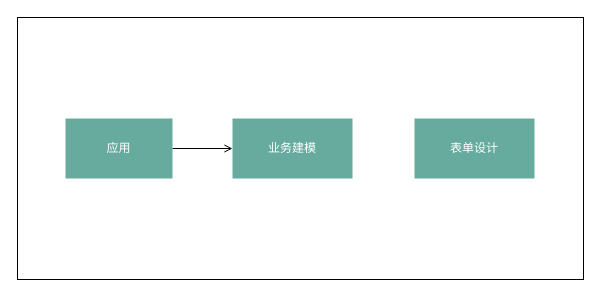
Above: docs/LCDP.drawio in lokiworks/codebase (draw.io), before the change. Source tidied: cells renumbered, new cells numbered last; positions are measured from the earlier drawing's top-left corner, leaving out a move shared by most shapes. Both pictures are drawn from the tidied source at 100%, with x=0, y=0 at pixel (17, 17).
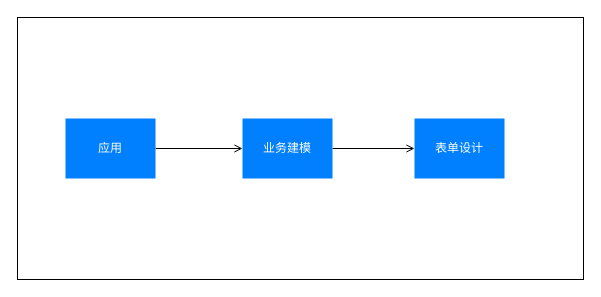
After the change.

Change to the diagram source:
```diff
@@
 <mxGraphModel>
   <root>
     <mxCell id="0" />
     <mxCell id="1" parent="0" />
     <mxCell id="2" style="rounded=0;whiteSpace=wrap;html=1;fontColor=#FFFFFF;fillColor=#FFFFFF;" parent="1" vertex="1">
       <mxGeometry width="566" height="262" as="geometry" />
     </mxCell>
+    <mxCell id="7" style="edgeStyle=orthogonalEdgeStyle;rounded=0;jettySize=auto;html=1;exitX=1;exitY=0.5;exitDx=0;exitDy=0;fontColor=#FFFFFF;endArrow=open;endFill=0;" parent="1" edge="1" source="3" target="6">
+      <mxGeometry relative="1" as="geometry" />
+    </mxCell>
-    <mxCell id="3" value="&lt;font color=&quot;#ffffff&quot;&gt;业务建模&lt;/font&gt;" style="rounded=0;whiteSpace=wrap;html=1;fillColor=#67AB9F;strokeColor=none;" parent="1" vertex="1">
-      <mxGeometry x="215" y="101" width="120" height="60" as="geometry" />
+    <mxCell id="3" value="&lt;font color=&quot;#ffffff&quot;&gt;业务建模&lt;/font&gt;" style="rounded=0;whiteSpace=wrap;html=1;fillColor=#007FFF;strokeColor=none;" parent="1" vertex="1">
+      <mxGeometry x="225" y="101" width="90" height="60" as="geometry" />
     </mxCell>
     <mxCell id="4" style="edgeStyle=orthogonalEdgeStyle;rounded=0;jettySize=auto;html=1;exitX=1;exitY=0.5;exitDx=0;exitDy=0;fontColor=#FFFFFF;endArrow=open;endFill=0;" parent="1" edge="1" source="5" target="3">
       <mxGeometry relative="1" as="geometry" />
     </mxCell>
-    <mxCell id="5" value="&lt;font color=&quot;#ffffff&quot;&gt;应用&lt;/font&gt;" style="rounded=0;whiteSpace=wrap;html=1;fillColor=#67AB9F;strokeColor=none;" parent="1" vertex="1">
-      <mxGeometry x="48" y="101" width="107" height="60" as="geometry" />
+    <mxCell id="5" value="&lt;font color=&quot;#ffffff&quot;&gt;应用&lt;/font&gt;" style="rounded=0;whiteSpace=wrap;html=1;fillColor=#007FFF;strokeColor=none;" parent="1" vertex="1">
+      <mxGeometry x="48" y="101" width="90" height="60" as="geometry" />
     </mxCell>
-    <mxCell id="6" value="&lt;font color=&quot;#ffffff&quot;&gt;表单设计&lt;/font&gt;" style="rounded=0;whiteSpace=wrap;html=1;fillColor=#67AB9F;strokeColor=none;" parent="1" vertex="1">
-      <mxGeometry x="397" y="101" width="120" height="60" as="geometry" />
+    <mxCell id="6" value="&lt;font color=&quot;#ffffff&quot;&gt;表单设计&lt;/font&gt;" style="rounded=0;whiteSpace=wrap;html=1;fillColor=#007FFF;strokeColor=none;" parent="1" vertex="1">
+      <mxGeometry x="397" y="101" width="90" height="60" as="geometry" />
     </mxCell>
   </root>
 </mxGraphModel>
```
